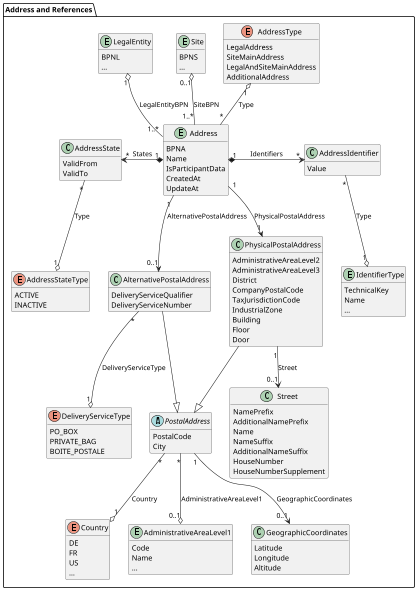
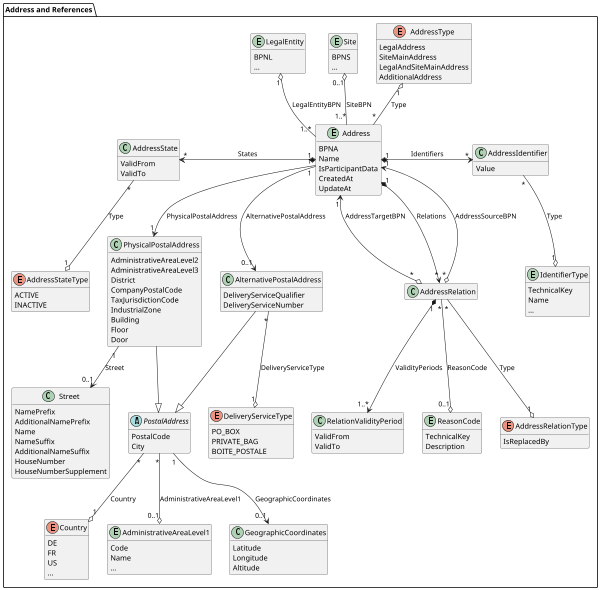
@startuml address

skinparam dpi 50

package "Address and References" {
  entity LegalEntity {
    BPNL
    ...
  }

  entity Site {
    BPNS
    ...
  }

  entity Address {
    BPNA
    Name
    IsParticipantData
    CreatedAt
    UpdateAt
  }

  enum AddressType {
    LegalAddress
    SiteMainAddress
    LegalAndSiteMainAddress
    AdditionalAddress
  }

  class AddressState {
    ValidFrom
    ValidTo
  }

  enum AddressStateType{
    ACTIVE
    INACTIVE
  }

  class AddressIdentifier{
    Value
  }

  entity IdentifierType {
    TechnicalKey
    Name
    ...
+   }
+ 
+   class AddressRelation {
+   }
+ 
+   enum AddressRelationType {
+     IsReplacedBy
+   }
+ 
+   class RelationValidityPeriod {
+     ValidFrom
+     ValidTo
+   }
+ 
+   entity ReasonCode {
+     TechnicalKey
+     Description
  }

  class AlternativePostalAddress{
    DeliveryServiceQualifier
    DeliveryServiceNumber
  }

  enum DeliveryServiceType {
    PO_BOX
    PRIVATE_BAG
    BOITE_POSTALE
  }

  class PhysicalPostalAddress{
    AdministrativeAreaLevel2
    AdministrativeAreaLevel3
    District
    CompanyPostalCode
    TaxJurisdictionCode
    IndustrialZone
    Building
    Floor
    Door
  }

  abstract class PostalAddress{
    PostalCode
    City
  }

  enum Country {
    DE
    FR
    US
    ...
  }

  entity AdministrativeAreaLevel1{
    Code
    Name
    ...
  }

  class GeographicCoordinates {
    Latitude
    Longitude
    Altitude
  }

  class Street {
    NamePrefix
    AdditionalNamePrefix
    Name
    NameSuffix
    AdditionalNameSuffix
    HouseNumber
    HouseNumberSupplement
  }

  ' not standardized yet
  ' class ConfidenceCriteria {
  '   SharedByOwner
  '   CheckedByExternalSource
  '   NumberOfSharingMembers
  '   LastConfidenceCheckAt
  '   NextConfidenceCheckAt
  '   ConfidenceLevel
  ' }

  ' not implemented / standardized yet
  ' class AddressScriptVariant {
  '   Name
  ' }

  ' enum ScriptCode {
  '   Arab
  '   Cyrl
  '   Hans
  '   Jpan
  '   Latn
  '   ...
  ' }

  Address "1..*" -u-o "1" LegalEntity : LegalEntityBPN
  Address "1..*" -u-o "0..1" Site: SiteBPN

  Address "*" -u-o "1" AddressType : Type

  Address "1" *-l-> "*" AddressState : States
  AddressState "*" -d-o "1" AddressStateType : Type

  Address "1" *-r-> "*" AddressIdentifier : Identifiers
  AddressIdentifier "*" -d-o "1" IdentifierType : Type

+   Address "1" *--> "*" AddressRelation : Relations
+   AddressRelation "*" --o "1" AddressRelationType : Type
+   AddressRelation "*" o--> "1" Address : AddressSourceBPN
+   AddressRelation "*" o--> "1" Address : AddressTargetBPN
+   AddressRelation "1" *-d-> "1..*" RelationValidityPeriod : ValidityPeriods
+   AddressRelation "*" -d-o "0..1" ReasonCode : ReasonCode
+ 
  Address "1" -d-> "0..1" AlternativePostalAddress : AlternativePostalAddress
  AlternativePostalAddress "*" -d-o "1" DeliveryServiceType : DeliveryServiceType
  AlternativePostalAddress -d-|> PostalAddress

  Address "1" -d-> "1" PhysicalPostalAddress : PhysicalPostalAddress
  PhysicalPostalAddress "1" -d-> "0..1" Street : Street
  PhysicalPostalAddress -d-|> PostalAddress

  PostalAddress "*" -d-o "1" Country : Country
  PostalAddress "*" -d-o "0..1" AdministrativeAreaLevel1 : AdministrativeAreaLevel1
  PostalAddress "1" -d-> "0..1" GeographicCoordinates : GeographicCoordinates

  ' not standardized yet
  ' Address "1" -u-> "1" ConfidenceCriteria : ConfidenceCriteria

  ' not implemented / standardized yet
  ' Address "1" *--> "*" AddressScriptVariant : ScriptVariants
  ' AddressScriptVariant "*" --o "1" ScriptCode : ScriptCode
  ' AddressScriptVariant "1" -d-> "1" PhysicalPostalAddress : PhysicalPostalAddress
  ' AddressScriptVariant "1" -d-> "0..1" AlternativePostalAddress : AlternativePostalAddress
}

hide methods
+ hide AddressRelation members
@enduml
